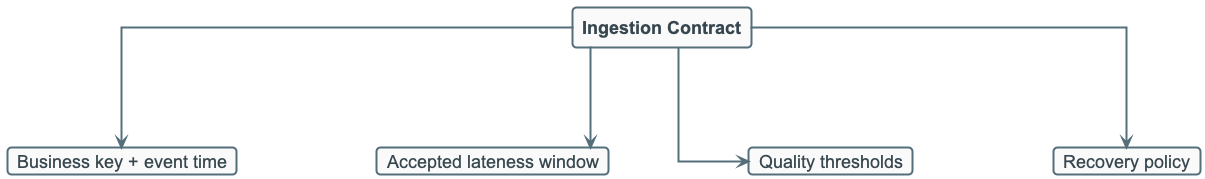
Earlier version of the PlantUML export diagrams/week04/week4_ingestion_contract_hierarchy.png (OrPerets/data-engineering-course). Its diagram source:
```plantuml
@startuml
!include ../_template_styles.puml

top to bottom direction

rectangle "Ingestion Contract" as ROOT
card "Business key + event time" as K
card "Accepted lateness window" as L
card "Quality thresholds" as Q
card "Recovery policy" as R

ROOT --> K
ROOT --> L
ROOT --> Q
ROOT --> R

@enduml
```
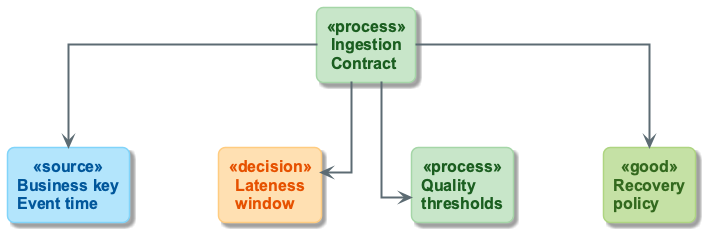
Later version of the same file.

The edit, as a diff of the source:
```diff
@@ -1,17 +1,20 @@
 @startuml
 !include ../_template_styles.puml
+!include _week4_visual_style.puml
 
 top to bottom direction
+skinparam nodesep 90
+skinparam ranksep 65
 
-rectangle "Ingestion Contract" as ROOT
-card "Business key + event time" as K
-card "Accepted lateness window" as L
-card "Quality thresholds" as Q
-card "Recovery policy" as R
+rectangle "Ingestion\nContract" as ROOT <<process>>
+rectangle "Business key\nEvent time" as K <<source>>
+rectangle "Lateness\nwindow" as L <<decision>>
+rectangle "Quality\nthresholds" as Q <<process>>
+rectangle "Recovery\npolicy" as R <<good>>
 
-ROOT --> K
-ROOT --> L
-ROOT --> Q
-ROOT --> R
+ROOT -down-> K
+ROOT -down-> L
+ROOT -down-> Q
+ROOT -down-> R
 
 @enduml
```
